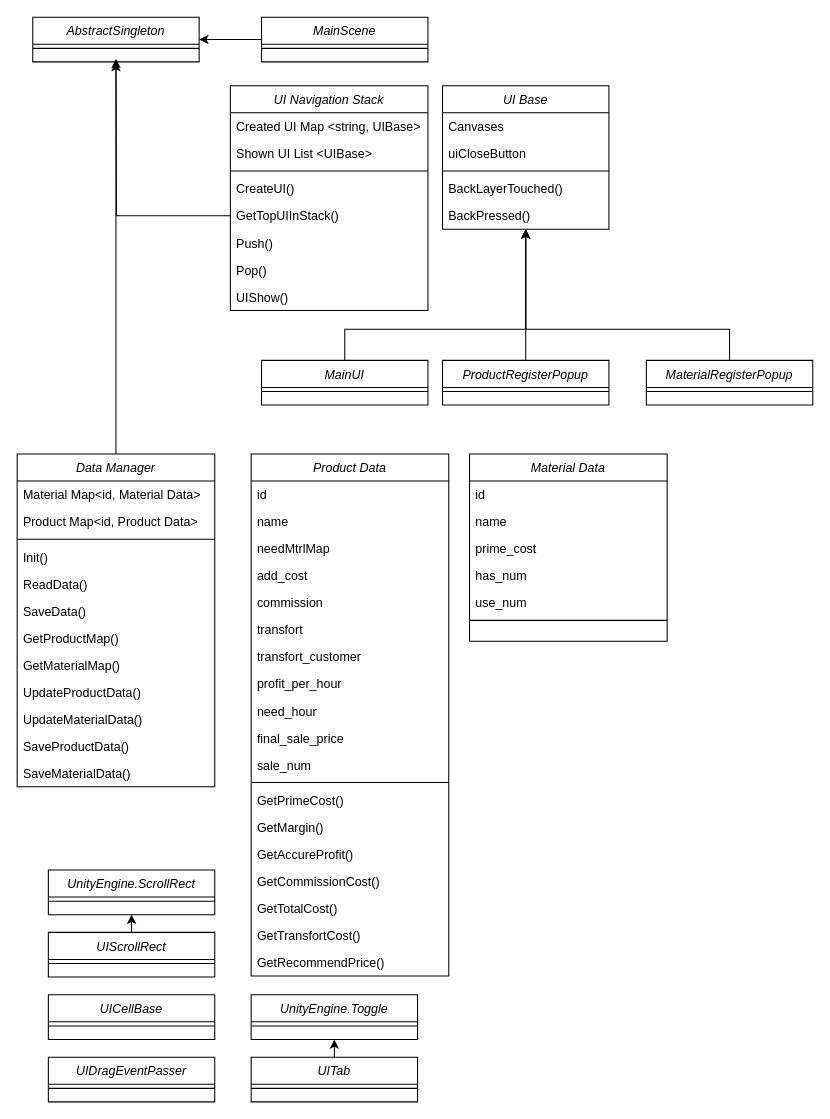
Before: class_diagram.drawio in okimyj/Graduation, a draw.io diagram. Source tidied: cells renumbered, new cells numbered last; positions are measured from the earlier drawing's top-left corner, leaving out a move shared by most shapes. Both pictures are drawn from the tidied source at 104%, with x=0, y=0 at pixel (17, 17).
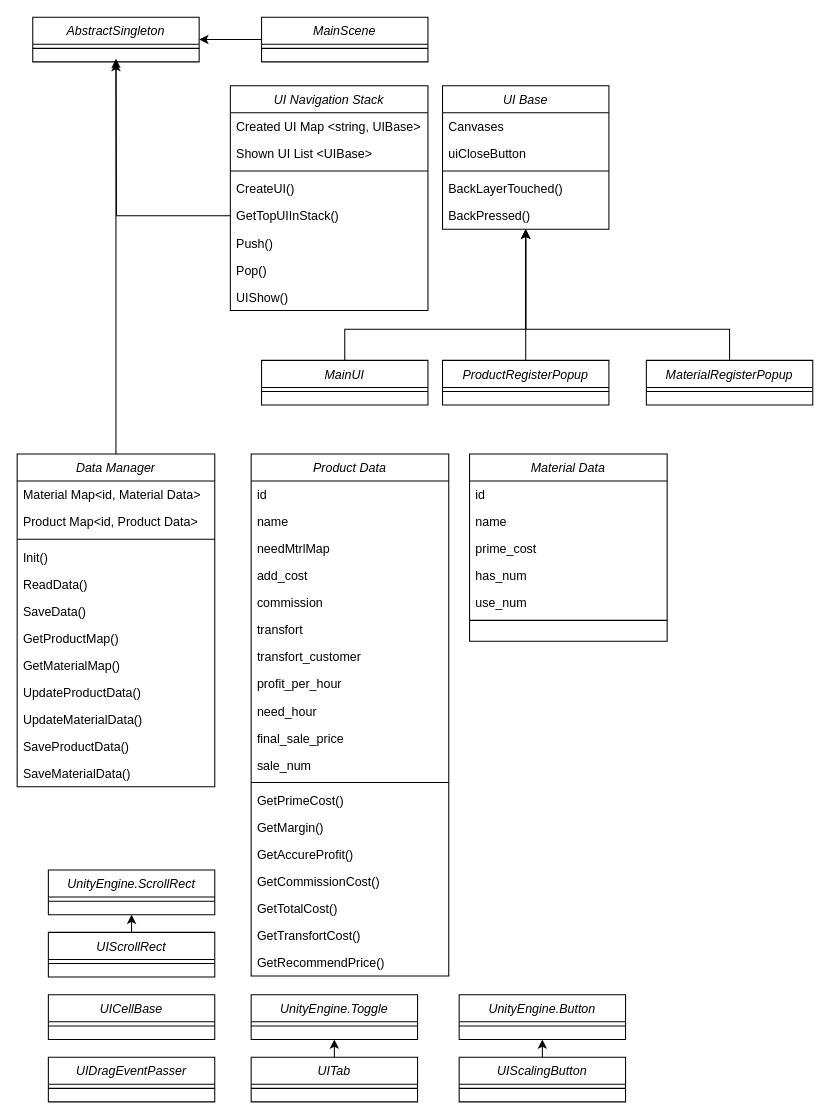
The same page after the edit.

The edit, as a diff of the source:
```diff
@@
+    <mxCell id="87" value="UnityEngine.Button" style="swimlane;fontStyle=2;align=center;verticalAlign=top;horizontal=1;startSize=26;rounded=0;shadow=0;strokeWidth=1;" parent="1" vertex="1">
+      <mxGeometry x="425" y="940" width="160" height="43" as="geometry" />
+    </mxCell>
+    <mxCell id="88" style="line;html=1;strokeWidth=1;align=left;verticalAlign=middle;spacingTop=-1;spacingLeft=3;spacingRight=3;labelPosition=right;" parent="87" vertex="1">
+      <mxGeometry y="26" width="160" height="8" as="geometry" />
+    </mxCell>
+    <mxCell id="89" style="edgeStyle=orthogonalEdgeStyle;rounded=0;jettySize=auto;html=1;exitX=0.5;exitY=0;exitDx=0;exitDy=0;entryX=0.5;entryY=1;entryDx=0;entryDy=0;" parent="1" edge="1" source="90" target="87">
+      <mxGeometry relative="1" as="geometry" />
+    </mxCell>
+    <mxCell id="90" value="UIScalingButton" style="swimlane;fontStyle=2;align=center;verticalAlign=top;horizontal=1;startSize=26;rounded=0;shadow=0;strokeWidth=1;" parent="1" vertex="1">
+      <mxGeometry x="425" y="1000" width="160" height="43" as="geometry" />
+    </mxCell>
+    <mxCell id="91" style="line;html=1;strokeWidth=1;align=left;verticalAlign=middle;spacingTop=-1;spacingLeft=3;spacingRight=3;labelPosition=right;" parent="90" vertex="1">
+      <mxGeometry y="26" width="160" height="8" as="geometry" />
+    </mxCell>
```
